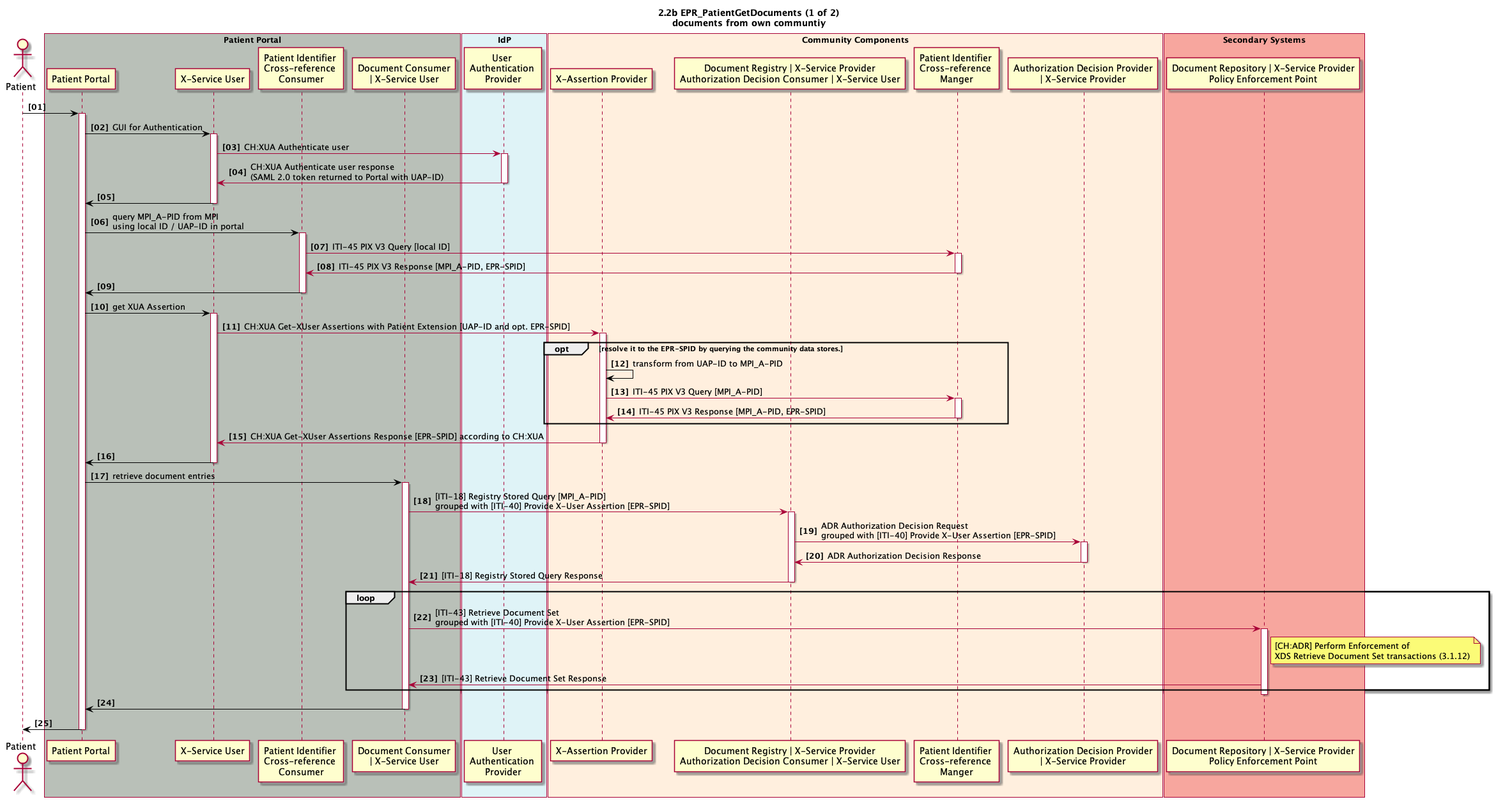
Before: 2_02b_EPR_PatientGetDocuments1of2.plantuml.png, a diagram exported from PlantUML (ahdis/ch-epr-seqdiag).
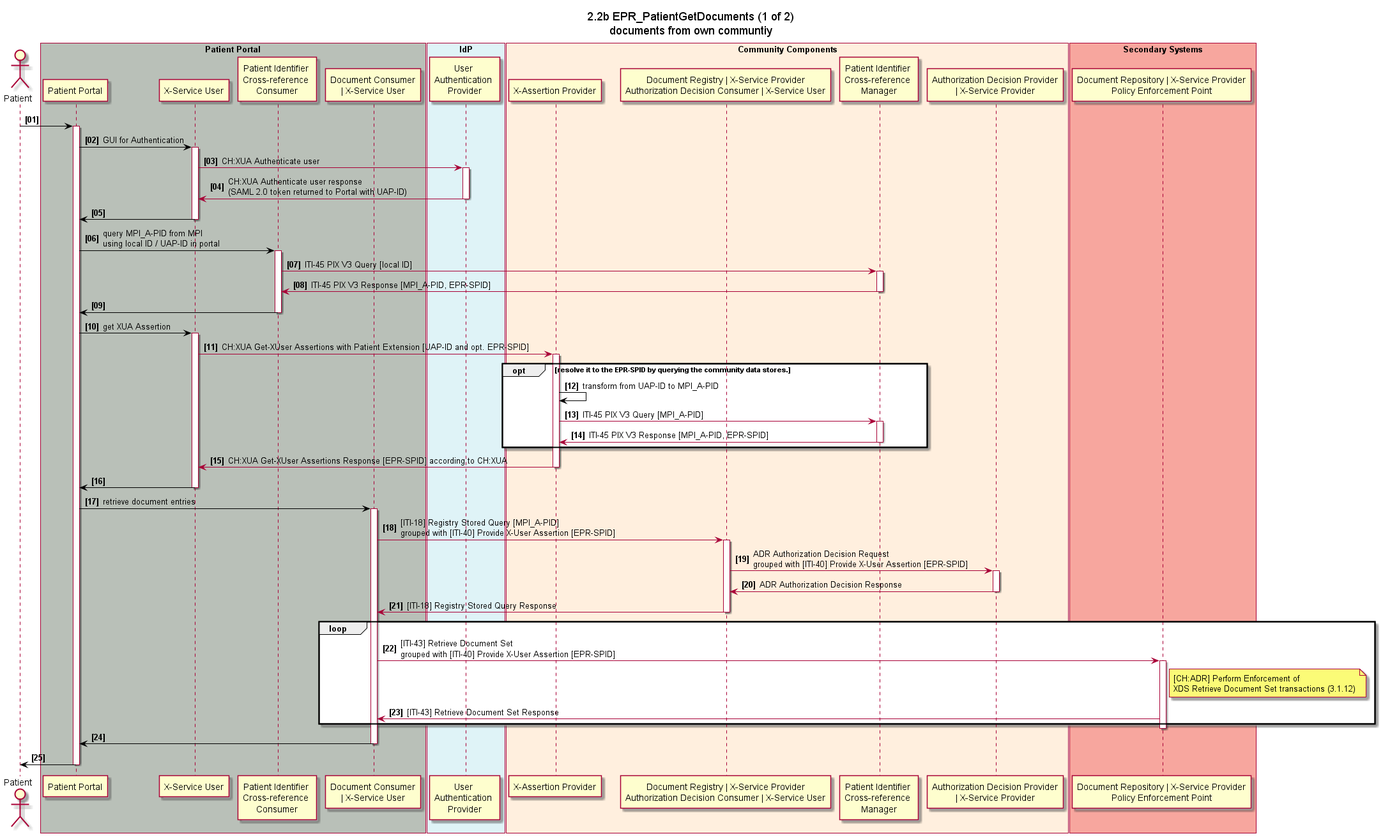
After the commit.

The edit, as a diff of the source:
```diff
@@ -1,6 +1,5 @@
 @startuml
-skinparam Padding 1
-autonumber 1 1 "<b>[00]"
+!include design.plantuml.txt
 title 2.2b EPR_PatientGetDocuments (1 of 2)\ndocuments from own communtiy
 
 actor patient as "Patient"
@@ -19,7 +18,7 @@
 box "Community Components" #FFEFDE
 	participant cc_x_assertion_provider as "X-Assertion Provider"
 	participant cc_doc_registry as "Document Registry | X-Service Provider\nAuthorization Decision Consumer | X-Service User"
-	participant cc_mpi_x_ref_manager as "Patient Identifier \nCross-reference \nManger"
+	participant cc_mpi_x_ref_manager as "Patient Identifier \nCross-reference \nManager"
   participant cc_adp as "Authorization Decision Provider\n| X-Service Provider"
 end box
 
@@ -30,61 +29,13 @@
 patient -[#black]> pp_gui
 activate pp_gui
 
-pp_gui -[#black]> pp_x_service_user : GUI for Authentication
-activate pp_x_service_user
-pp_x_service_user -> idp_user_authentication_provider : CH:XUA Authenticate user
-activate idp_user_authentication_provider
-pp_x_service_user <- idp_user_authentication_provider : CH:XUA Authenticate user response \n(SAML 2.0 token returned to Portal with UAP-ID)
-deactivate idp_user_authentication_provider
-pp_gui <[#black]- pp_x_service_user
-deactivate pp_x_service_user
+!include_many step_pp_gui_saml.plantuml.txt
 
-pp_gui -[#black]> pp_pix_x_ref_consumer: query MPI_A-PID from MPI\nusing local ID / UAP-ID in portal
-activate pp_pix_x_ref_consumer
-pp_pix_x_ref_consumer -> cc_mpi_x_ref_manager: ITI-45 PIX V3 Query [local ID]
-activate cc_mpi_x_ref_manager
-pp_pix_x_ref_consumer <- cc_mpi_x_ref_manager: ITI-45 PIX V3 Response [MPI_A-PID, EPR-SPID]
-deactivate cc_mpi_x_ref_manager
-pp_gui <[#black]- pp_pix_x_ref_consumer
-deactivate pp_pix_x_ref_consumer
+!include step_pp_pix.plantuml.txt
 
-pp_gui -[#black]> pp_x_service_user : get XUA Assertion
-activate pp_x_service_user
-pp_x_service_user -> cc_x_assertion_provider: CH:XUA Get-XUser Assertions with Patient Extension [UAP-ID and opt. EPR-SPID]
-activate cc_x_assertion_provider
-opt resolve it to the EPR-SPID by querying the community data stores.
-cc_x_assertion_provider -[#black]> cc_x_assertion_provider: transform from UAP-ID to MPI_A-PID
-cc_x_assertion_provider -> cc_mpi_x_ref_manager: ITI-45 PIX V3 Query [MPI_A-PID]
-activate cc_mpi_x_ref_manager
-cc_x_assertion_provider <- cc_mpi_x_ref_manager: ITI-45 PIX V3 Response [MPI_A-PID, EPR-SPID]
-deactivate cc_mpi_x_ref_manager
-end
-pp_x_service_user <- cc_x_assertion_provider: CH:XUA Get-XUser Assertions Response [EPR-SPID] according to CH:XUA
-deactivate cc_x_assertion_provider
-pp_gui <[#black]- pp_x_service_user
-deactivate pp_x_service_user
+!include_many step_pp_xua.plantuml.txt
 
-pp_gui -[#black]> pp_doc_consumer: retrieve document entries
-activate pp_doc_consumer
-pp_doc_consumer -> cc_doc_registry: [ITI-18] Registry Stored Query [MPI_A-PID]\ngrouped with [ITI-40] Provide X-User Assertion [EPR-SPID]
-activate cc_doc_registry
-cc_doc_registry -> cc_adp: ADR Authorization Decision Request\ngrouped with [ITI-40] Provide X-User Assertion [EPR-SPID]
-activate cc_adp
-cc_doc_registry <- cc_adp: ADR Authorization Decision Response
-deactivate cc_adp
-pp_doc_consumer <- cc_doc_registry: [ITI-18] Registry Stored Query Response
-deactivate cc_doc_registry
-loop
-  pp_doc_consumer -> ss_doc_repository: [ITI-43] Retrieve Document Set\ngrouped with [ITI-40] Provide X-User Assertion [EPR-SPID]
-  activate ss_doc_repository
-  note right ss_doc_repository: [CH:ADR] Perform Enforcement of\nXDS Retrieve Document Set transactions (3.1.12)
-  pp_doc_consumer <- ss_doc_repository: [ITI-43] Retrieve Document Set Response
-end
-deactivate ss_doc_repository
-
-pp_gui <[#black]- pp_doc_consumer
-
-deactivate pp_doc_consumer
+!include_many step_pp_xds_reg_1of2.plantuml.txt
 
 patient <[#black]- pp_gui
 deactivate pp_gui
```
